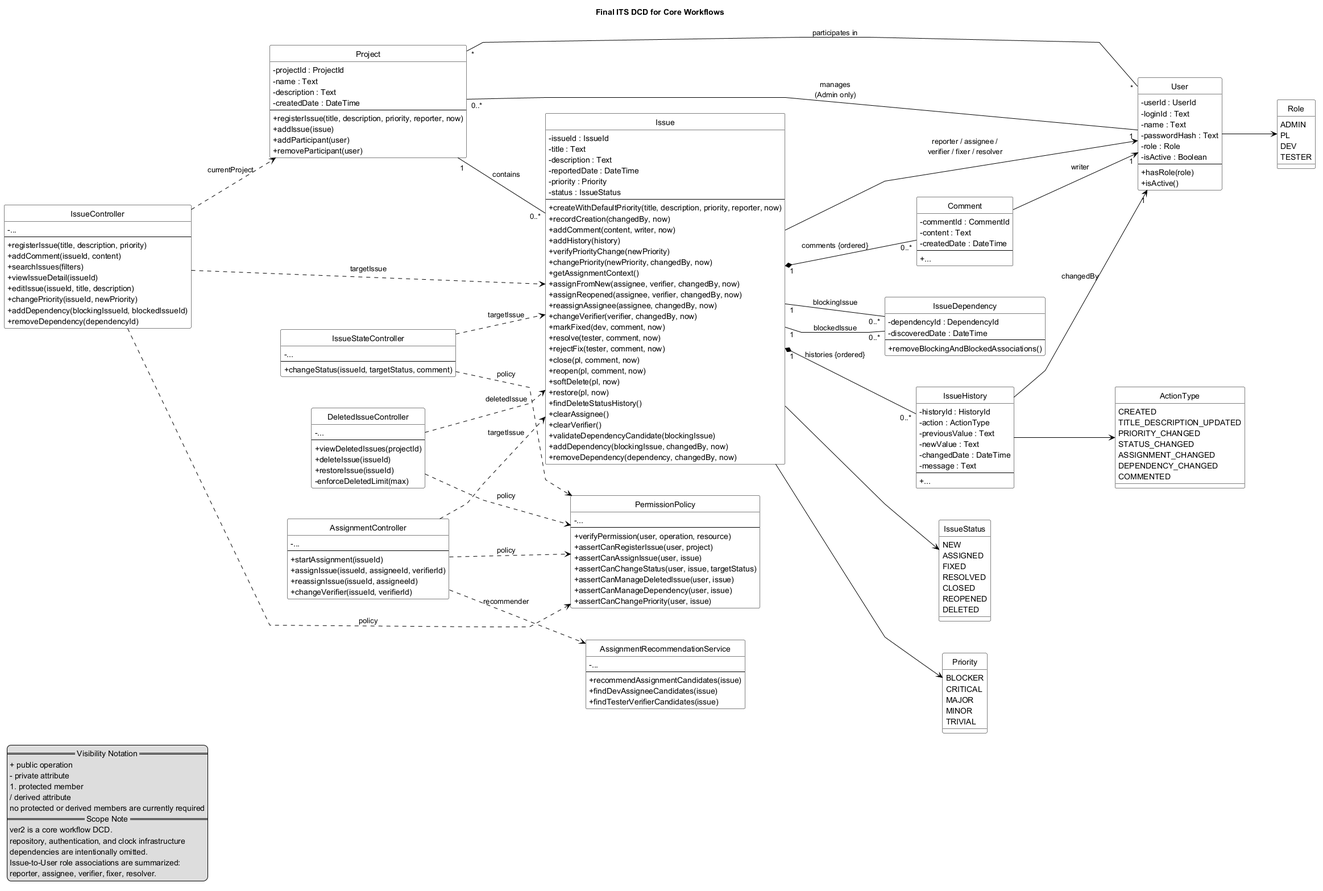
Before: docs/dcd/its_dcd_ver2.png, a diagram exported from PlantUML (marcellokim/se-issue-tracker). The source it was exported from:
```plantuml
@startuml its_dcd_ver2

title Final ITS DCD for Core Workflows

left to right direction
hide circle
hide stereotype
skinparam monochrome true
skinparam shadowing false
skinparam classAttributeIconSize 0
skinparam linetype polyline
skinparam nodesep 55
skinparam ranksep 55
skinparam class {
  BackgroundColor white
  BorderColor black
  FontColor black
  ArrowColor black
}

legend left
  == Visibility Notation ==
  + public operation
  - private attribute
  # protected member
  / derived attribute
  no protected or derived members are currently required
  == Scope Note ==
  ver2 is a core workflow DCD.
  repository, authentication, and clock infrastructure
  dependencies are intentionally omitted.
  Issue-to-User role associations are summarized:
  reporter, assignee, verifier, fixer, resolver.
endlegend

class Project {
  - projectId : ProjectId
  - name : Text
  - description : Text
  - createdDate : DateTime
  --
  + registerIssue(title, description, priority, reporter, now)
  + addIssue(issue)
  + addParticipant(user)
  + removeParticipant(user)
}

class IssueController {
  - ...
  --
  + registerIssue(title, description, priority)
  + addComment(issueId, content)
  + searchIssues(filters)
  + viewIssueDetail(issueId)
  + editIssue(issueId, title, description)
  + changePriority(issueId, newPriority)
  + addDependency(blockingIssueId, blockedIssueId)
  + removeDependency(dependencyId)
}

class AssignmentController {
  - ...
  --
  + startAssignment(issueId)
  + assignIssue(issueId, assigneeId, verifierId)
  + reassignIssue(issueId, assigneeId)
  + changeVerifier(issueId, verifierId)
}

class IssueStateController {
  - ...
  --
  + changeStatus(issueId, targetStatus, comment)
}

class DeletedIssueController {
  - ...
  --
  + viewDeletedIssues(projectId)
  + deleteIssue(issueId)
  + restoreIssue(issueId)
  - enforceDeletedLimit(max)
}

class PermissionPolicy {
  - ...
  --
  + verifyPermission(user, operation, resource)
  + assertCanRegisterIssue(user, project)
  + assertCanAssignIssue(user, issue)
  + assertCanChangeStatus(user, issue, targetStatus)
  + assertCanManageDeletedIssue(user, issue)
  + assertCanManageDependency(user, issue)
  + assertCanChangePriority(user, issue)
}

class AssignmentRecommendationService {
  - ...
  --
  + recommendAssignmentCandidates(issue)
  + findDevAssigneeCandidates(issue)
  + findTesterVerifierCandidates(issue)
}

class Issue {
  - issueId : IssueId
  - title : Text
  - description : Text
  - reportedDate : DateTime
  - priority : Priority
  - status : IssueStatus
  --
  + createWithDefaultPriority(title, description, priority, reporter, now)
  + recordCreation(changedBy, now)
  + addComment(content, writer, now)
  + addHistory(history)
  + verifyPriorityChange(newPriority)
  + changePriority(newPriority, changedBy, now)
  + getAssignmentContext()
  + assignFromNew(assignee, verifier, changedBy, now)
  + assignReopened(assignee, verifier, changedBy, now)
  + reassignAssignee(assignee, changedBy, now)
  + changeVerifier(verifier, changedBy, now)
  + markFixed(dev, comment, now)
  + resolve(tester, comment, now)
  + rejectFix(tester, comment, now)
  + close(pl, comment, now)
  + reopen(pl, comment, now)
  + softDelete(pl, now)
  + restore(pl, now)
  + findDeleteStatusHistory()
  + clearAssignee()
  + clearVerifier()
  + validateDependencyCandidate(blockingIssue)
  + addDependency(blockingIssue, changedBy, now)
  + removeDependency(dependency, changedBy, now)
}

class Comment {
  - commentId : CommentId
  - content : Text
  - createdDate : DateTime
  --
  + ...
}

class IssueHistory {
  - historyId : HistoryId
  - action : ActionType
  - previousValue : Text
  - newValue : Text
  - changedDate : DateTime
  - message : Text
  --
  + ...
}

class IssueDependency {
  - dependencyId : DependencyId
  - discoveredDate : DateTime
  --
  + removeBlockingAndBlockedAssociations()
}

class User {
  - userId : UserId
  - loginId : Text
  - name : Text
  - passwordHash : Text
  - role : Role
  - isActive : Boolean
  --
  + hasRole(role)
  + isActive()
}

enum Role {
  ADMIN
  PL
  DEV
  TESTER
}

enum IssueStatus {
  NEW
  ASSIGNED
  FIXED
  RESOLVED
  CLOSED
  REOPENED
  DELETED
}

enum Priority {
  BLOCKER
  CRITICAL
  MAJOR
  MINOR
  TRIVIAL
}

enum ActionType {
  CREATED
  TITLE_DESCRIPTION_UPDATED
  PRIORITY_CHANGED
  STATUS_CHANGED
  ASSIGNMENT_CHANGED
  DEPENDENCY_CHANGED
  COMMENTED
}

IssueController ..> Project : currentProject
IssueController ..> Issue : targetIssue
IssueController ..> PermissionPolicy : policy

AssignmentController ..> Issue : targetIssue
AssignmentController ..> PermissionPolicy : policy
AssignmentController ..> AssignmentRecommendationService : recommender

IssueStateController ..> Issue : targetIssue
IssueStateController ..> PermissionPolicy : policy

DeletedIssueController ..> Issue : deletedIssue
DeletedIssueController ..> PermissionPolicy : policy

Project "1" -- "0..*" Issue : contains
User "*" -- "*" Project : participates in
User "1" -- "0..*" Project : manages\n(Admin only)

Issue "1" *-- "0..*" Comment : comments {ordered}
Issue "1" *-- "0..*" IssueHistory : histories {ordered}

Issue "1" -- "0..*" IssueDependency : blockingIssue
Issue "1" -- "0..*" IssueDependency : blockedIssue

Issue --> User : reporter / assignee /\nverifier / fixer / resolver

Comment --> "1" User : writer
IssueHistory --> "1" User : changedBy

Issue --> IssueStatus
Issue --> Priority
IssueHistory --> ActionType
User --> Role

@enduml
```
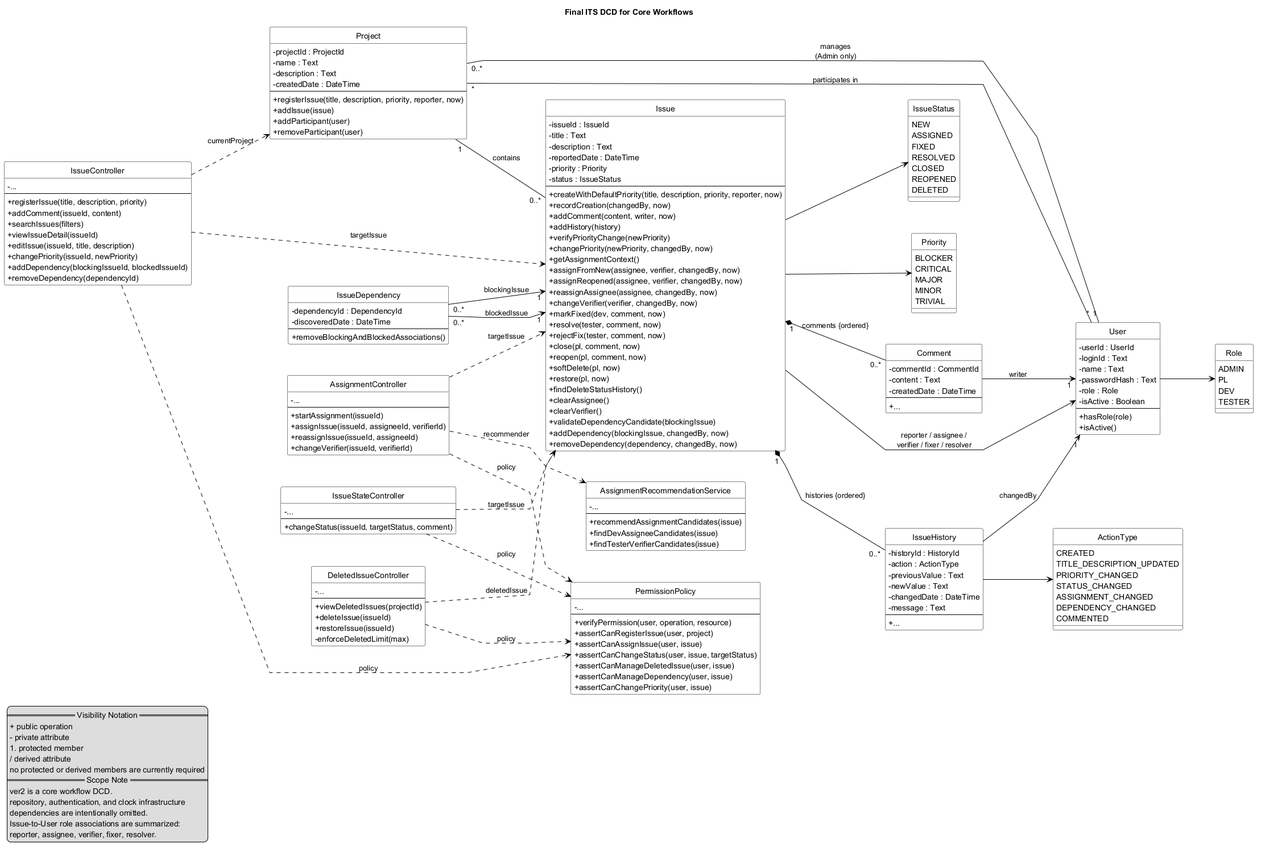
Above is the later version.

Diff of the diagram source:
```diff
@@ -230,8 +230,9 @@
 Issue "1" *-- "0..*" Comment : comments {ordered}
 Issue "1" *-- "0..*" IssueHistory : histories {ordered}
 
-Issue "1" -- "0..*" IssueDependency : blockingIssue
-Issue "1" -- "0..*" IssueDependency : blockedIssue
+IssueDependency "0..*" --> "1" Issue : blockingIssue
+IssueDependency "0..*" --> "1" Issue : blockedIssue
+
 
 Issue --> User : reporter / assignee /\nverifier / fixer / resolver
 
```
